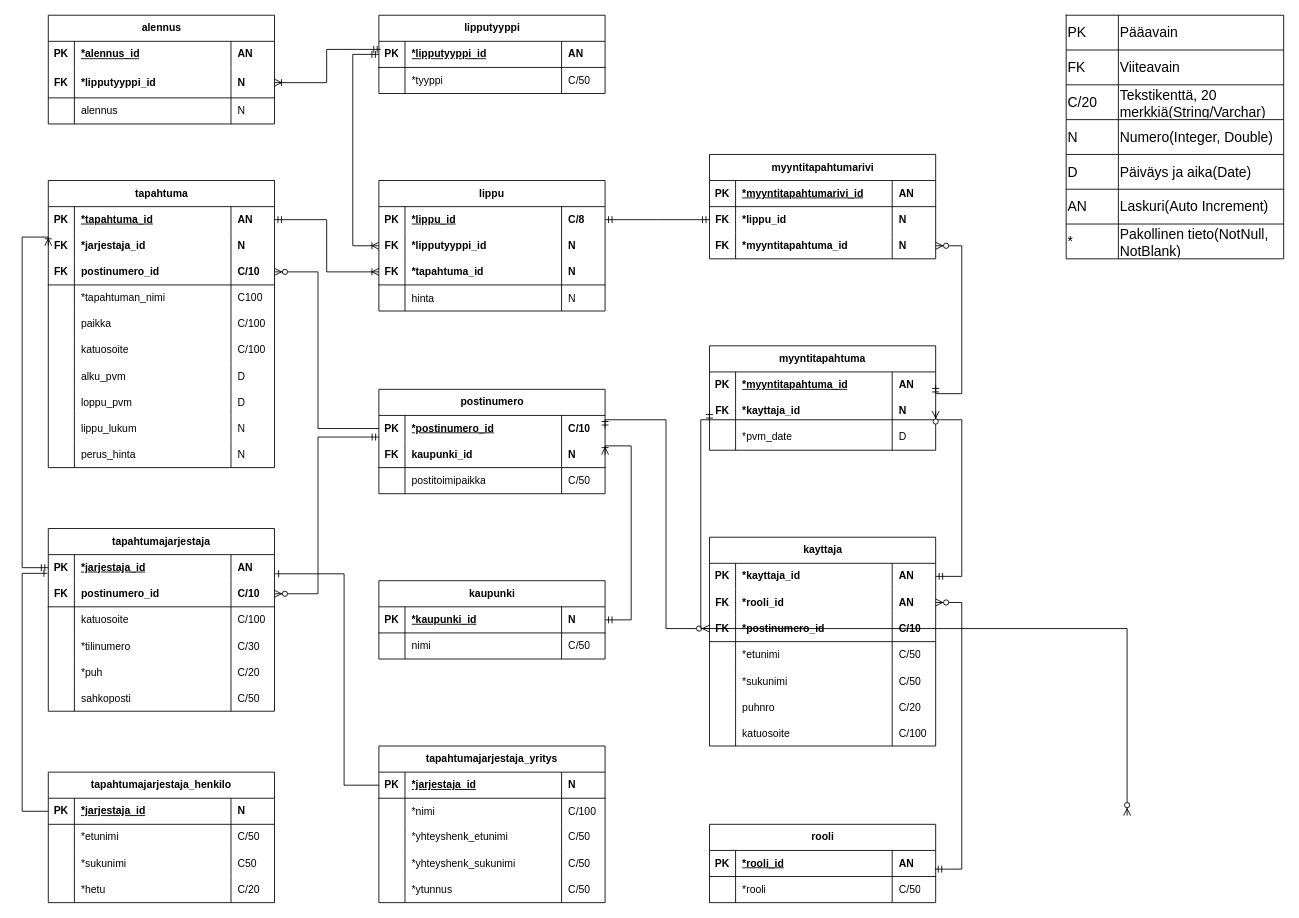
Above: Dokumentit/tietokantakaavio.drawio in vilp91/Lipunmyyntijarjestelma (draw.io), before the change. Source tidied: cells renumbered, new cells numbered last; positions are measured from the earlier drawing's top-left corner, leaving out a move shared by most shapes. Both pictures are drawn from the tidied source at 87%, with x=0, y=0 at pixel (22, 15).
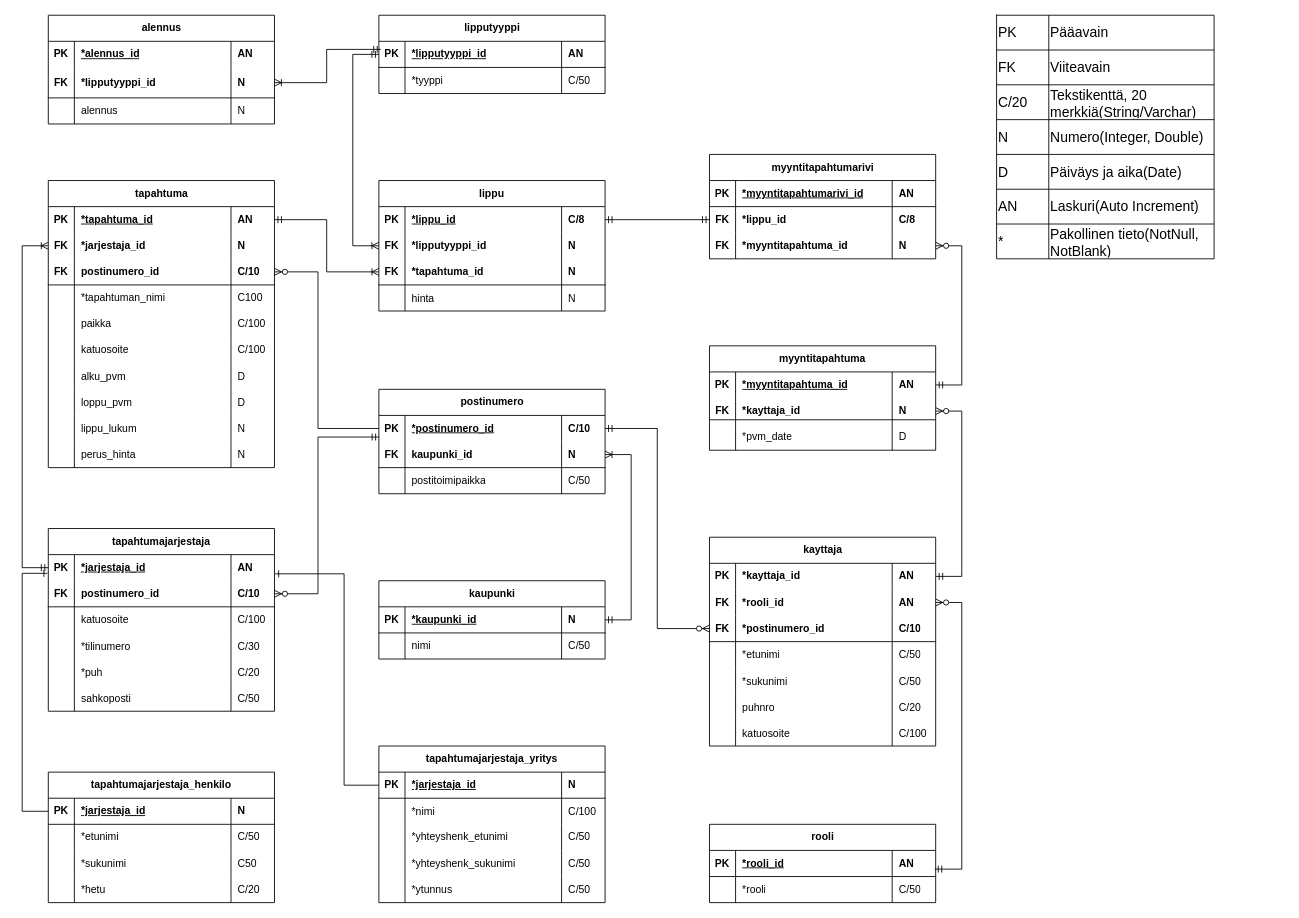
The same page after the edit.

The change refers to these unchanged cells:
```xml
<mxCell id="7" style="shape=tableRow;horizontal=0;startSize=0;swimlaneHead=0;swimlaneBody=0;fillColor=none;points=[[0,0.5],[1,0.5]];portConstraint=eastwest;top=0;left=0;right=0;bottom=0;" parent="2" vertex="1">
  <mxGeometry y="60" width="260" height="30" as="geometry" />
</mxCell>
<mxCell id="83" style="shape=tableRow;horizontal=0;startSize=0;swimlaneHead=0;swimlaneBody=0;fillColor=none;points=[[0,0.5],[1,0.5]];portConstraint=eastwest;top=0;left=0;right=0;bottom=0;" parent="82" vertex="1">
  <mxGeometry y="30" width="260" height="30" as="geometry" />
</mxCell>
<mxCell id="87" style="shape=tableRow;horizontal=0;startSize=0;swimlaneHead=0;swimlaneBody=0;fillColor=none;points=[[0,0.5],[1,0.5]];portConstraint=eastwest;top=0;left=0;right=0;bottom=1;" parent="82" vertex="1">
  <mxGeometry y="60" width="260" height="30" as="geometry" />
</mxCell>
<mxCell id="96" style="shape=tableRow;horizontal=0;startSize=0;swimlaneHead=0;swimlaneBody=0;fillColor=none;points=[[0,0.5],[1,0.5]];portConstraint=eastwest;top=0;left=0;right=0;bottom=1;" parent="95" vertex="1">
  <mxGeometry y="30" width="260" height="30" as="geometry" />
</mxCell>
<mxCell id="109" style="shape=tableRow;horizontal=0;startSize=0;swimlaneHead=0;swimlaneBody=0;fillColor=none;points=[[0,0.5],[1,0.5]];portConstraint=eastwest;top=0;left=0;right=0;bottom=0;" parent="104" vertex="1">
  <mxGeometry y="60" width="260" height="30" as="geometry" />
</mxCell>
<mxCell id="113" style="shape=tableRow;horizontal=0;startSize=0;swimlaneHead=0;swimlaneBody=0;fillColor=none;points=[[0,0.5],[1,0.5]];portConstraint=eastwest;top=0;left=0;right=0;bottom=0;" parent="104" vertex="1">
  <mxGeometry y="90" width="260" height="30" as="geometry" />
</mxCell>
<mxCell id="118" style="shape=tableRow;horizontal=0;startSize=0;swimlaneHead=0;swimlaneBody=0;fillColor=none;points=[[0,0.5],[1,0.5]];portConstraint=eastwest;top=0;left=0;right=0;bottom=0;" parent="117" vertex="1">
  <mxGeometry y="30" width="260" height="30" as="geometry" />
</mxCell>
<mxCell id="126" style="shape=tableRow;horizontal=0;startSize=0;swimlaneHead=0;swimlaneBody=0;fillColor=none;points=[[0,0.5],[1,0.5]];portConstraint=eastwest;top=0;left=0;right=0;bottom=1;" parent="117" vertex="1">
  <mxGeometry y="90" width="260" height="30" as="geometry" />
</mxCell>
<mxCell id="156" style="shape=tableRow;horizontal=0;startSize=0;swimlaneHead=0;swimlaneBody=0;fillColor=none;points=[[0,0.5],[1,0.5]];portConstraint=eastwest;top=0;left=0;right=0;bottom=0;html=1;" parent="155" vertex="1">
  <mxGeometry y="30" width="260" height="30" as="geometry" />
</mxCell>
<mxCell id="221" style="shape=tableRow;horizontal=0;startSize=0;swimlaneHead=0;swimlaneBody=0;fillColor=none;points=[[0,0.5],[1,0.5]];portConstraint=eastwest;top=0;left=0;right=0;bottom=0;html=1;" parent="220" vertex="1">
  <mxGeometry y="30" width="260" height="30" as="geometry" />
</mxCell>
<mxCell id="225" style="shape=tableRow;horizontal=0;startSize=0;swimlaneHead=0;swimlaneBody=0;fillColor=none;points=[[0,0.5],[1,0.5]];portConstraint=eastwest;top=0;left=0;right=0;bottom=0;" parent="220" vertex="1">
  <mxGeometry y="60" width="260" height="30" as="geometry" />
</mxCell>
```

The edit, as a diff of the source:
```diff
@@
-    <mxCell id="112" value="&lt;b&gt;N&lt;/b&gt;" style="shape=partialRectangle;fillColor=none;top=0;left=0;bottom=0;right=0;align=left;spacingLeft=6;overflow=hidden;whiteSpace=wrap;html=1;" parent="109" vertex="1">
+    <mxCell id="112" value="&lt;b&gt;C/8&lt;/b&gt;" style="shape=partialRectangle;fillColor=none;top=0;left=0;bottom=0;right=0;align=left;spacingLeft=6;overflow=hidden;whiteSpace=wrap;html=1;" parent="109" vertex="1">
       <mxGeometry x="210" width="50" height="30" as="geometry" />
     </mxCell>
@@
     <mxCell id="235" style="edgeStyle=orthogonalEdgeStyle;fontSize=12;html=1;endArrow=ERzeroToMany;startArrow=ERmandOne;rounded=0;exitX=1;exitY=0.5;exitDx=0;exitDy=0;" parent="1" edge="1" source="83" target="126">
-      <mxGeometry relative="1" as="geometry">
-        <Array as="points">
-          <mxPoint x="740" y="465" />
-          <mxPoint x="740" y="705" />
-        </Array>
-      </mxGeometry>
+      <mxGeometry relative="1" as="geometry" />
     </mxCell>
-    <mxCell id="236" style="edgeStyle=orthogonalEdgeStyle;fontSize=12;html=1;endArrow=ERzeroToMany;startArrow=ERmandOne;rounded=0;entryX=0;entryY=0.5;entryDx=0;entryDy=0;exitX=0;exitY=0.5;exitDx=0;exitDy=0;" parent="1" edge="1" source="225">
-      <mxGeometry relative="1" as="geometry">
-        <mxPoint x="1270" y="920" as="targetPoint" />
-        <Array as="points">
-          <mxPoint x="780" y="465" />
-          <mxPoint x="780" y="705" />
-        </Array>
-      </mxGeometry>
-    </mxCell>
-    <mxCell id="237" style="edgeStyle=orthogonalEdgeStyle;fontSize=12;html=1;endArrow=ERoneToMany;startArrow=ERmandOne;rounded=0;entryX=1;entryY=0.5;entryDx=0;entryDy=0;exitX=1;exitY=0.5;exitDx=0;exitDy=0;" parent="1" edge="1" source="96" target="87">
+    <mxCell id="237" style="edgeStyle=elbowEdgeStyle;fontSize=12;html=1;endArrow=ERoneToMany;startArrow=ERmandOne;rounded=0;entryX=1;entryY=0.5;entryDx=0;entryDy=0;exitX=1;exitY=0.5;exitDx=0;exitDy=0;" parent="1" edge="1" source="96" target="87">
       <mxGeometry relative="1" as="geometry">
         <Array as="points">
-          <mxPoint x="700" y="695" />
-          <mxPoint x="700" y="495" />
+          <mxPoint x="700" y="600" />
         </Array>
       </mxGeometry>
     </mxCell>
@@
     <mxCell id="241" style="edgeStyle=orthogonalEdgeStyle;fontSize=12;html=1;endArrow=ERzeroToMany;startArrow=ERmandOne;rounded=0;exitX=1;exitY=0.5;exitDx=0;exitDy=0;entryX=1;entryY=0.5;entryDx=0;entryDy=0;" parent="1" edge="1" source="221" target="113">
       <mxGeometry relative="1" as="geometry">
         <Array as="points">
-          <mxPoint x="1080" y="435" />
+          <mxPoint x="1080" y="425" />
           <mxPoint x="1080" y="265" />
         </Array>
       </mxGeometry>
     </mxCell>
@@
-    <mxCell id="245" style="edgeStyle=orthogonalEdgeStyle;fontSize=12;html=1;endArrow=ERoneToMany;startArrow=ERmandOne;rounded=0;exitX=0;exitY=0.5;exitDx=0;exitDy=0;entryX=0;entryY=0.5;entryDx=0;entryDy=0;" parent="1" edge="1" source="156" target="7">
+    <mxCell id="245" style="edgeStyle=elbowEdgeStyle;fontSize=12;html=1;endArrow=ERoneToMany;startArrow=ERmandOne;rounded=0;exitX=0;exitY=0.5;exitDx=0;exitDy=0;" parent="1" edge="1" source="156" target="7">
       <mxGeometry relative="1" as="geometry">
         <Array as="points">
-          <mxPoint y="635" />
-          <mxPoint y="255" />
+          <mxPoint y="450" />
         </Array>
       </mxGeometry>
     </mxCell>
@@
     <mxCell id="247" style="shape=table;startSize=0;childLayout=tableLayout;fontSize=16;align=left;" parent="1" vertex="1">
-      <mxGeometry x="1200" width="250" height="280" as="geometry" />
+      <mxGeometry x="1120" width="250" height="280" as="geometry" />
     </mxCell>
@@
     <mxCell id="269" style="edgeStyle=orthogonalEdgeStyle;fontSize=12;html=1;endArrow=ERzeroToMany;startArrow=ERmandOne;rounded=0;exitX=1;exitY=0.5;exitDx=0;exitDy=0;entryX=1;entryY=0.5;entryDx=0;entryDy=0;" parent="1" edge="1" source="118" target="225">
       <mxGeometry relative="1" as="geometry">
         <Array as="points">
           <mxPoint x="1080" y="645" />
-          <mxPoint x="1080" y="465" />
+          <mxPoint x="1080" y="455" />
         </Array>
       </mxGeometry>
     </mxCell>
```
